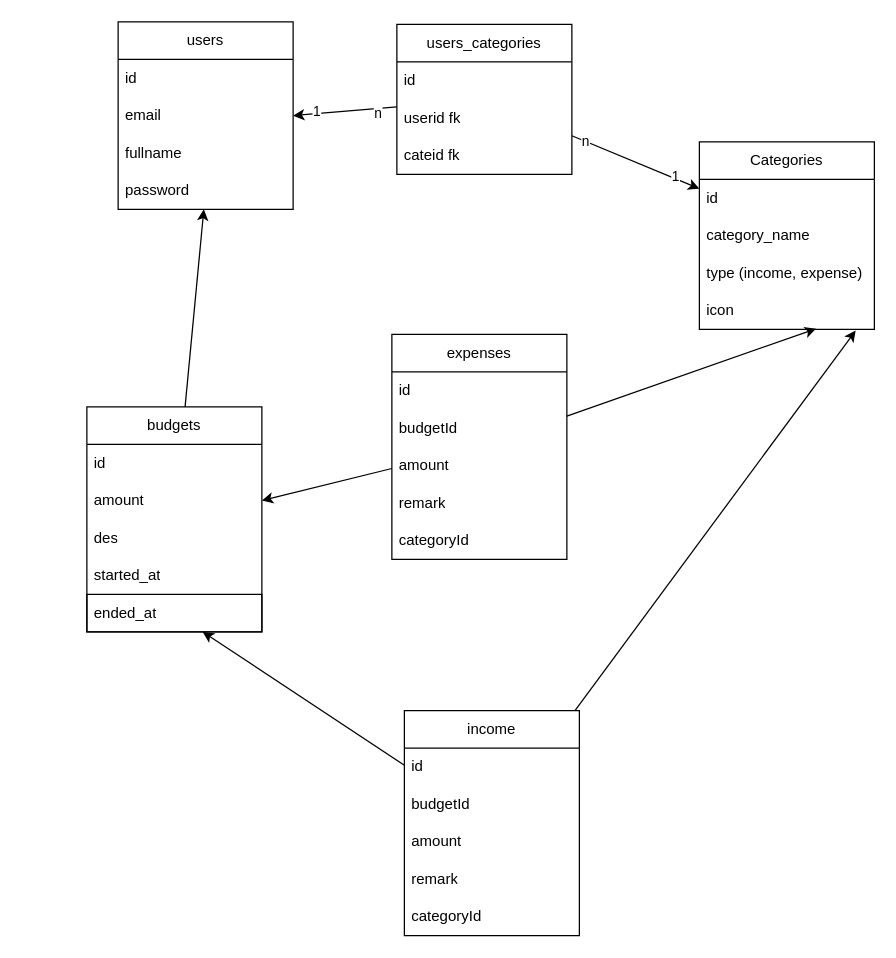
Earlier version of the draw.io diagram page "Page-1" (1 of 2) of schema.drawio (tonsisouvanh/expense-tracker-app). Source tidied: cells renumbered, new cells numbered last; positions are measured from the earlier drawing's top-left corner, leaving out a move shared by most shapes. Both pictures are drawn from the tidied source at 125%, with x=0, y=0 at pixel (86, 21).
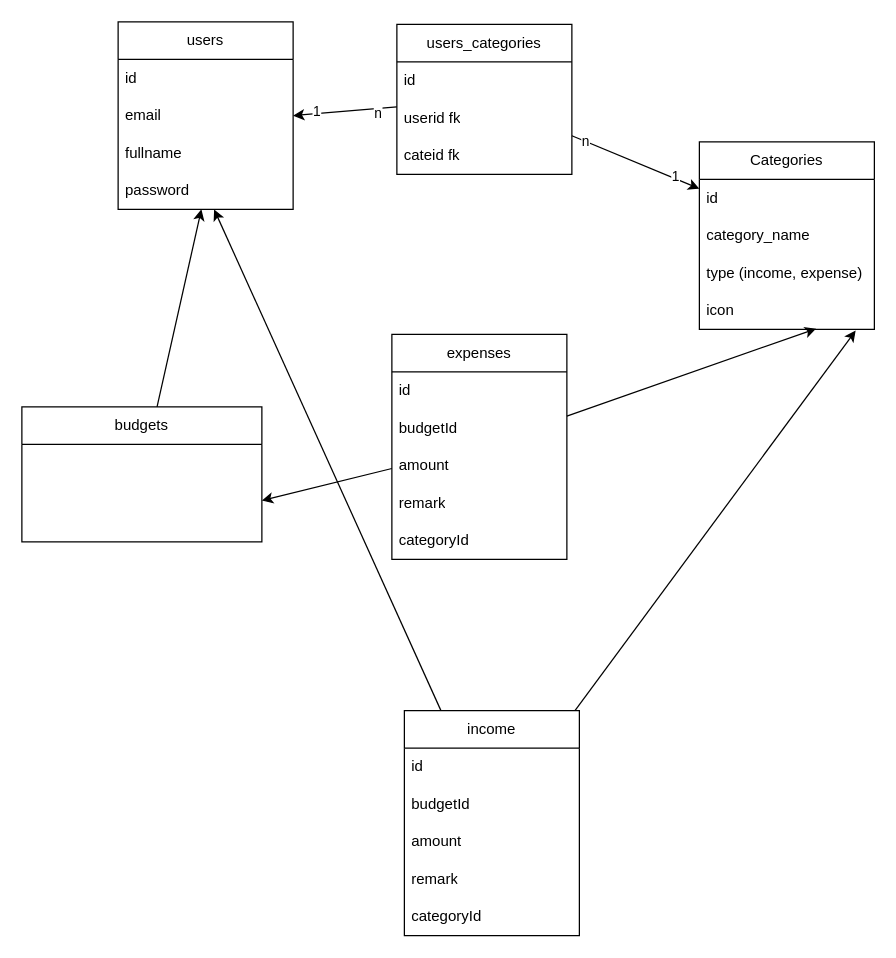
The same diagram, later.

The change refers to these unchanged cells:
```xml
<mxCell id="6" value="password" style="text;strokeColor=none;fillColor=none;align=left;verticalAlign=middle;spacingLeft=4;spacingRight=4;overflow=hidden;points=[[0,0.5],[1,0.5]];portConstraint=eastwest;whiteSpace=wrap;html=1;" parent="2" vertex="1">
  <mxGeometry y="120" width="140" height="30" as="geometry" />
</mxCell>
<mxCell id="21" value="expenses" style="swimlane;fontStyle=0;horizontal=1;startSize=30;whiteSpace=wrap;html=1;" parent="1" vertex="1">
  <mxGeometry x="244" y="250" width="140" height="180" as="geometry" />
</mxCell>
<mxCell id="39" value="income" style="swimlane;fontStyle=0;horizontal=1;startSize=30;whiteSpace=wrap;html=1;" parent="1" vertex="1">
  <mxGeometry x="254" y="551" width="140" height="180" as="geometry" />
</mxCell>
```

The edit, as a diff of the source:
```diff
@@
     <mxCell id="8" value="budgets" style="swimlane;fontStyle=0;horizontal=1;startSize=30;whiteSpace=wrap;html=1;" parent="1" vertex="1">
-      <mxGeometry y="308" width="140" height="180" as="geometry" />
+      <mxGeometry x="-52" y="308" width="192" height="108" as="geometry" />
     </mxCell>
-    <mxCell id="9" value="id" style="text;strokeColor=none;fillColor=none;align=left;verticalAlign=middle;spacingLeft=4;spacingRight=4;overflow=hidden;whiteSpace=wrap;html=1;" parent="8" vertex="1">
-      <mxGeometry y="30" width="140" height="30" as="geometry" />
-    </mxCell>
-    <mxCell id="10" value="amount" style="text;strokeColor=none;fillColor=none;align=left;verticalAlign=middle;spacingLeft=4;spacingRight=4;overflow=hidden;points=[[0,0.5],[1,0.5]];portConstraint=eastwest;whiteSpace=wrap;html=1;" parent="8" vertex="1">
-      <mxGeometry y="60" width="140" height="30" as="geometry" />
-    </mxCell>
-    <mxCell id="11" value="des" style="text;strokeColor=none;fillColor=none;align=left;verticalAlign=middle;spacingLeft=4;spacingRight=4;overflow=hidden;whiteSpace=wrap;html=1;" parent="8" vertex="1">
-      <mxGeometry y="90" width="140" height="30" as="geometry" />
-    </mxCell>
-    <mxCell id="12" value="started_at" style="text;strokeColor=none;fillColor=none;align=left;verticalAlign=middle;spacingLeft=4;spacingRight=4;overflow=hidden;whiteSpace=wrap;html=1;" parent="8" vertex="1">
-      <mxGeometry y="120" width="140" height="30" as="geometry" />
-    </mxCell>
-    <mxCell id="13" value="ended_at" style="text;strokeColor=default;fillColor=none;align=left;verticalAlign=middle;spacingLeft=4;spacingRight=4;overflow=hidden;points=[[0,0.5],[1,0.5]];portConstraint=eastwest;whiteSpace=wrap;html=1;" parent="8" vertex="1">
-      <mxGeometry y="150" width="140" height="30" as="geometry" />
-    </mxCell>
@@
-    <mxCell id="19" style="edgeStyle=none;html=1;entryX=1;entryY=0.5;entryDx=0;entryDy=0;" parent="1" edge="1" source="21" target="10">
-      <mxGeometry relative="1" as="geometry" />
+    <mxCell id="19" style="edgeStyle=none;html=1;entryX=1;entryY=0.5;entryDx=0;entryDy=0;" parent="1" edge="1" source="21">
+      <mxGeometry relative="1" as="geometry">
+        <mxPoint x="140" y="383" as="targetPoint" />
+      </mxGeometry>
     </mxCell>
@@
-    <mxCell id="37" style="edgeStyle=none;html=1;" parent="1" edge="1" source="39" target="13">
-      <mxGeometry relative="1" as="geometry" />
-    </mxCell>
@@
+    <mxCell id="45" style="edgeStyle=none;html=1;" parent="1" edge="1" source="39" target="6">
+      <mxGeometry relative="1" as="geometry" />
+    </mxCell>
```
